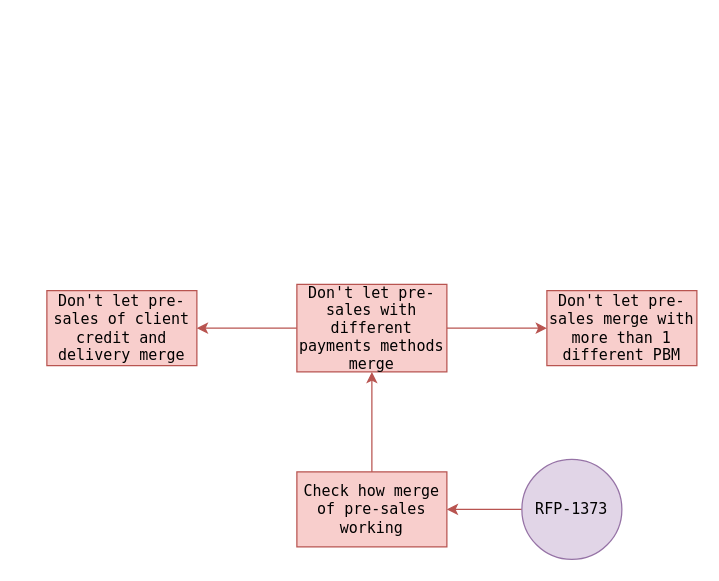
JoaoDiasDev/mind-maps keeps this draw.io diagram as work/rca/RFP-1373-MindMap.drawio. Above is the earlier version. Source tidied: cells renumbered, new cells numbered last; positions are measured from the earlier drawing's top-left corner, leaving out a move shared by most shapes. Both pictures are drawn from the tidied source at 125%, with x=0, y=0 at pixel (46, 284).
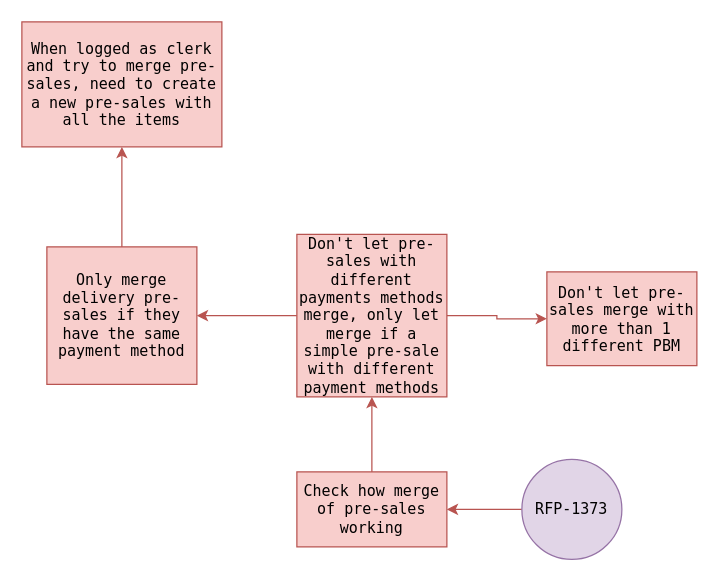
The same diagram, later.

What changed in the source:
```diff
@@
 <mxGraphModel>
   <root>
     <mxCell id="0" />
     <mxCell id="1" parent="0" />
     <mxCell id="2" style="edgeStyle=orthogonalEdgeStyle;rounded=0;jettySize=auto;html=1;fillColor=#f8cecc;strokeColor=#b85450;" parent="1" edge="1" source="3" target="5">
       <mxGeometry relative="1" as="geometry" />
     </mxCell>
     <mxCell id="3" value="RFP-1373" style="ellipse;whiteSpace=wrap;html=1;fillColor=#e1d5e7;strokeColor=#9673a6;fontFamily=Lucida Console;" parent="1" vertex="1">
       <mxGeometry x="380" y="140" width="80" height="80" as="geometry" />
     </mxCell>
     <mxCell id="4" style="edgeStyle=orthogonalEdgeStyle;rounded=0;jettySize=auto;html=1;fillColor=#f8cecc;strokeColor=#b85450;" parent="1" edge="1" source="5" target="8">
       <mxGeometry relative="1" as="geometry" />
     </mxCell>
     <mxCell id="5" value="Check how merge of pre-sales working" style="whiteSpace=wrap;html=1;fontFamily=Lucida Console;fillColor=#f8cecc;strokeColor=#b85450;" parent="1" vertex="1">
       <mxGeometry x="200" y="150" width="120" height="60" as="geometry" />
     </mxCell>
     <mxCell id="6" style="edgeStyle=orthogonalEdgeStyle;rounded=0;jettySize=auto;html=1;fillColor=#f8cecc;strokeColor=#b85450;" parent="1" edge="1" source="8" target="9">
       <mxGeometry relative="1" as="geometry" />
     </mxCell>
     <mxCell id="7" style="edgeStyle=orthogonalEdgeStyle;rounded=0;jettySize=auto;html=1;fillColor=#f8cecc;strokeColor=#b85450;" parent="1" edge="1" source="8" target="10">
       <mxGeometry relative="1" as="geometry" />
     </mxCell>
-    <mxCell id="8" value="Don't let pre-sales with different payments methods merge" style="whiteSpace=wrap;html=1;fontFamily=Lucida Console;fillColor=#f8cecc;strokeColor=#b85450;" parent="1" vertex="1">
-      <mxGeometry x="200" width="120" height="70" as="geometry" />
+    <mxCell id="8" value="Don't let pre-sales with different payments methods merge, only let merge if a simple pre-sale with different payment methods" style="whiteSpace=wrap;html=1;fontFamily=Lucida Console;fillColor=#f8cecc;strokeColor=#b85450;" parent="1" vertex="1">
+      <mxGeometry x="200" y="-40" width="120" height="130" as="geometry" />
     </mxCell>
     <mxCell id="9" value="Don't let pre-sales merge with more than 1 different PBM" style="whiteSpace=wrap;html=1;fontFamily=Lucida Console;fillColor=#f8cecc;strokeColor=#b85450;" parent="1" vertex="1">
-      <mxGeometry x="400" y="5" width="120" height="60" as="geometry" />
+      <mxGeometry x="400" y="-10" width="120" height="75" as="geometry" />
     </mxCell>
+    <mxCell id="11" style="edgeStyle=orthogonalEdgeStyle;rounded=0;jettySize=auto;html=1;fillColor=#f8cecc;strokeColor=#b85450;" parent="1" edge="1" source="10" target="12">
+      <mxGeometry relative="1" as="geometry" />
+    </mxCell>
-    <mxCell id="10" value="Don't let pre-sales of client credit and delivery merge" style="whiteSpace=wrap;html=1;fontFamily=Lucida Console;fillColor=#f8cecc;strokeColor=#b85450;" parent="1" vertex="1">
-      <mxGeometry y="5" width="120" height="60" as="geometry" />
+    <mxCell id="10" value="Only merge delivery pre-sales if they have the same payment method" style="whiteSpace=wrap;html=1;fontFamily=Lucida Console;fillColor=#f8cecc;strokeColor=#b85450;" parent="1" vertex="1">
+      <mxGeometry y="-30" width="120" height="110" as="geometry" />
     </mxCell>
+    <mxCell id="12" value="When logged as clerk and try to merge pre-sales, need to create a new pre-sales with all the items" style="whiteSpace=wrap;html=1;fontFamily=Lucida Console;fillColor=#f8cecc;strokeColor=#b85450;" parent="1" vertex="1">
+      <mxGeometry x="-20" y="-210" width="160" height="100" as="geometry" />
+    </mxCell>
   </root>
 </mxGraphModel>
```
